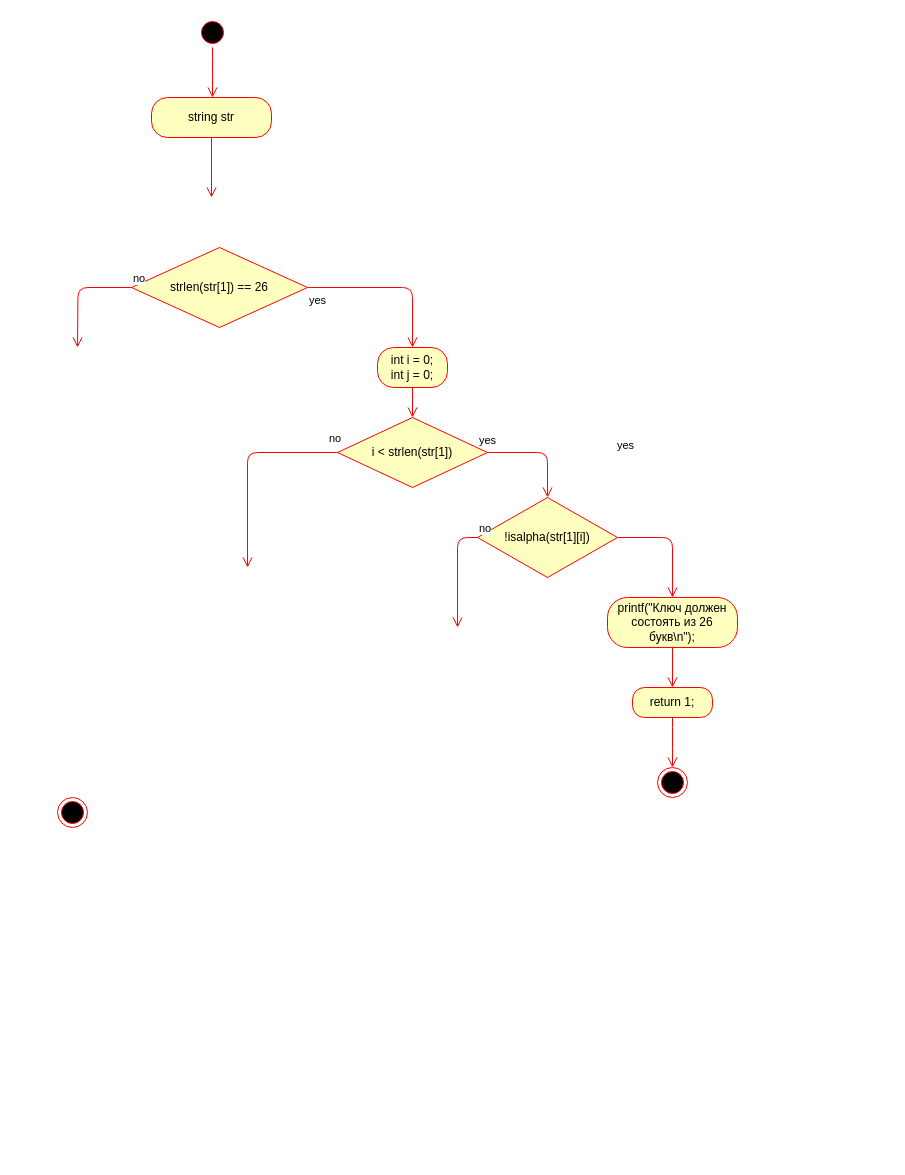
Before: subtituti.drawio in ArtemYo8283/test, a draw.io diagram. Source tidied: cells renumbered, new cells numbered last; positions are measured from the earlier drawing's top-left corner, leaving out a move shared by most shapes. Both pictures are drawn from the tidied source at 100%, with x=0, y=0 at pixel (57, 17).
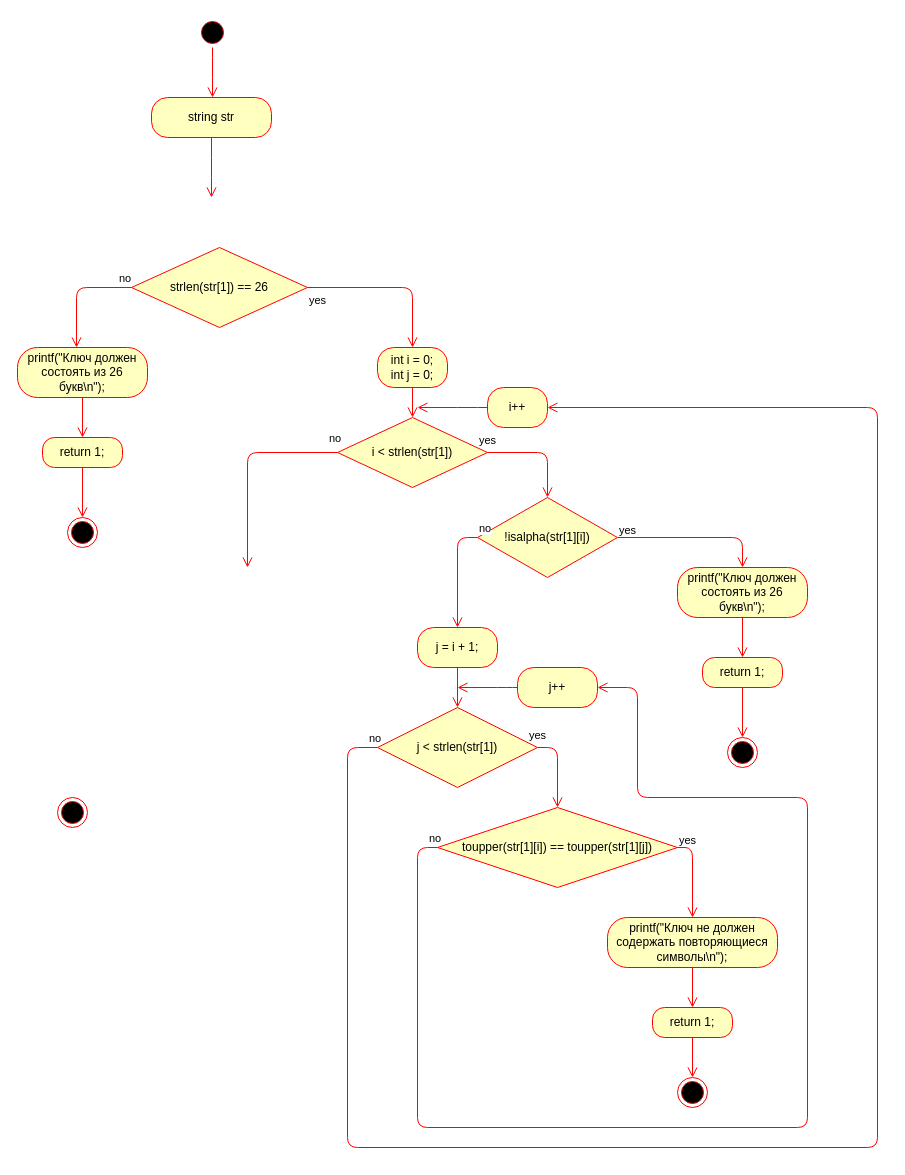
Above is the later version.

Unchanged cells that the change refers to:
```xml
<mxCell id="7" value="strlen(str[1]) == 26" style="rhombus;whiteSpace=wrap;html=1;fillColor=#ffffc0;strokeColor=#ff0000;" parent="1" vertex="1">
  <mxGeometry x="74" y="230" width="176" height="80" as="geometry" />
</mxCell>
<mxCell id="15" value="!isalpha(str[1][i])" style="rhombus;whiteSpace=wrap;html=1;fillColor=#ffffc0;strokeColor=#ff0000;" parent="1" vertex="1">
  <mxGeometry x="420" y="480" width="140" height="80" as="geometry" />
</mxCell>
```

Change to the diagram source:
```diff
@@
-    <mxCell id="8" value="no" style="edgeStyle=orthogonalEdgeStyle;html=1;align=left;verticalAlign=bottom;endArrow=open;endSize=8;strokeColor=#ff0000;" parent="1" edge="1" source="7">
-      <mxGeometry x="-1" relative="1" as="geometry">
-        <mxPoint x="20" y="330" as="targetPoint" />
+    <mxCell id="8" value="no" style="edgeStyle=orthogonalEdgeStyle;html=1;align=left;verticalAlign=bottom;endArrow=open;endSize=8;strokeColor=#ff0000;entryX=0.454;entryY=0;entryDx=0;entryDy=0;entryPerimeter=0;" parent="1" edge="1" source="7" target="40">
+      <mxGeometry x="-0.76" relative="1" as="geometry">
+        <Array as="points">
+          <mxPoint x="19" y="270" />
+        </Array>
       </mxGeometry>
     </mxCell>
@@
-    <mxCell id="16" value="no" style="edgeStyle=orthogonalEdgeStyle;html=1;align=left;verticalAlign=bottom;endArrow=open;endSize=8;strokeColor=#ff0000;" parent="1" edge="1" source="15">
+    <mxCell id="16" value="no" style="edgeStyle=orthogonalEdgeStyle;html=1;align=left;verticalAlign=bottom;endArrow=open;endSize=8;strokeColor=#ff0000;entryX=0.5;entryY=0;entryDx=0;entryDy=0;" parent="1" edge="1" source="15" target="23">
       <mxGeometry x="-1" relative="1" as="geometry">
-        <mxPoint x="400" y="610" as="targetPoint" />
         <Array as="points">
           <mxPoint x="400" y="520" />
         </Array>
       </mxGeometry>
     </mxCell>
     <mxCell id="17" value="yes" style="edgeStyle=orthogonalEdgeStyle;html=1;align=left;verticalAlign=top;endArrow=open;endSize=8;strokeColor=#ff0000;entryX=0.5;entryY=0;entryDx=0;entryDy=0;" parent="1" edge="1" source="15" target="18">
-      <mxGeometry x="-1" y="85" relative="1" as="geometry">
+      <mxGeometry x="-1" y="20" relative="1" as="geometry">
         <Array as="points">
-          <mxPoint x="615" y="520" />
+          <mxPoint x="685" y="520" />
         </Array>
-        <mxPoint x="-2" y="-20" as="offset" />
       </mxGeometry>
     </mxCell>
     <mxCell id="18" value="printf(&quot;Ключ должен состоять из 26 букв\n&quot;);" style="rounded=1;whiteSpace=wrap;html=1;arcSize=40;fontColor=#000000;fillColor=#ffffc0;strokeColor=#ff0000;" parent="1" vertex="1">
-      <mxGeometry x="550" y="580" width="130" height="50" as="geometry" />
+      <mxGeometry x="620" y="550" width="130" height="50" as="geometry" />
     </mxCell>
@@
     <mxCell id="20" value="return 1;" style="rounded=1;whiteSpace=wrap;html=1;arcSize=40;fontColor=#000000;fillColor=#ffffc0;strokeColor=#ff0000;" parent="1" vertex="1">
-      <mxGeometry x="575" y="670" width="80" height="30" as="geometry" />
+      <mxGeometry x="645" y="640" width="80" height="30" as="geometry" />
     </mxCell>
-    <mxCell id="21" style="edgeStyle=orthogonalEdgeStyle;html=1;verticalAlign=bottom;endArrow=open;endSize=8;strokeColor=#ff0000;" parent="1" edge="1" source="20">
-      <mxGeometry relative="1" as="geometry">
-        <mxPoint x="615" y="750" as="targetPoint" />
-        <Array as="points">
-          <mxPoint x="615" y="720" />
-          <mxPoint x="615" y="720" />
-        </Array>
-      </mxGeometry>
+    <mxCell id="21" style="edgeStyle=orthogonalEdgeStyle;html=1;verticalAlign=bottom;endArrow=open;endSize=8;strokeColor=#ff0000;entryX=0.5;entryY=0;entryDx=0;entryDy=0;" parent="1" edge="1" source="20" target="22">
+      <mxGeometry relative="1" as="geometry" />
     </mxCell>
     <mxCell id="22" style="ellipse;html=1;shape=endState;fillColor=#000000;strokeColor=#ff0000;" parent="1" vertex="1">
-      <mxGeometry x="600" y="750" width="30" height="30" as="geometry" />
+      <mxGeometry x="670" y="720" width="30" height="30" as="geometry" />
     </mxCell>
+    <mxCell id="23" value="j = i + 1;" style="rounded=1;whiteSpace=wrap;html=1;arcSize=40;fontColor=#000000;fillColor=#ffffc0;strokeColor=#ff0000;" parent="1" vertex="1">
+      <mxGeometry x="360" y="610" width="80" height="40" as="geometry" />
+    </mxCell>
+    <mxCell id="24" style="edgeStyle=orthogonalEdgeStyle;html=1;verticalAlign=bottom;endArrow=open;endSize=8;strokeColor=#ff0000;entryX=0.5;entryY=0;entryDx=0;entryDy=0;" parent="1" edge="1" source="23" target="25">
+      <mxGeometry relative="1" as="geometry" />
+    </mxCell>
+    <mxCell id="25" value="j &amp;lt;&amp;nbsp;strlen(str[1])" style="rhombus;whiteSpace=wrap;html=1;fillColor=#ffffc0;strokeColor=#ff0000;" parent="1" vertex="1">
+      <mxGeometry x="320" y="690" width="160" height="80" as="geometry" />
+    </mxCell>
+    <mxCell id="26" value="no" style="edgeStyle=orthogonalEdgeStyle;html=1;align=left;verticalAlign=bottom;endArrow=open;endSize=8;strokeColor=#ff0000;exitX=0;exitY=0.5;exitDx=0;exitDy=0;entryX=1;entryY=0.5;entryDx=0;entryDy=0;" parent="1" edge="1" source="25" target="38">
+      <mxGeometry x="-0.99" relative="1" as="geometry">
+        <Array as="points">
+          <mxPoint x="290" y="730" />
+          <mxPoint x="290" y="1130" />
+          <mxPoint x="820" y="1130" />
+          <mxPoint x="820" y="390" />
+        </Array>
+      </mxGeometry>
+    </mxCell>
+    <mxCell id="27" value="yes" style="edgeStyle=orthogonalEdgeStyle;html=1;align=left;verticalAlign=top;endArrow=open;endSize=8;strokeColor=#ff0000;exitX=1;exitY=0.5;exitDx=0;exitDy=0;entryX=0.5;entryY=0;entryDx=0;entryDy=0;" parent="1" edge="1" source="25" target="28">
+      <mxGeometry x="-1" y="27" relative="1" as="geometry">
+        <Array as="points">
+          <mxPoint x="500" y="730" />
+        </Array>
+        <mxPoint x="-10" y="2" as="offset" />
+      </mxGeometry>
+    </mxCell>
+    <mxCell id="28" value="toupper(str[1][i]) == toupper(str[1][j])" style="rhombus;whiteSpace=wrap;html=1;fillColor=#ffffc0;strokeColor=#ff0000;" parent="1" vertex="1">
+      <mxGeometry x="380" y="790" width="240" height="80" as="geometry" />
+    </mxCell>
+    <mxCell id="29" value="no" style="edgeStyle=orthogonalEdgeStyle;html=1;align=left;verticalAlign=bottom;endArrow=open;endSize=8;strokeColor=#ff0000;entryX=0.5;entryY=0;entryDx=0;entryDy=0;" parent="1" edge="1" source="28" target="31">
+      <mxGeometry x="-1" y="-250" relative="1" as="geometry">
+        <Array as="points">
+          <mxPoint x="635" y="830" />
+        </Array>
+        <mxPoint x="-250" y="-250" as="offset" />
+      </mxGeometry>
+    </mxCell>
+    <mxCell id="30" value="yes" style="edgeStyle=orthogonalEdgeStyle;html=1;align=left;verticalAlign=top;endArrow=open;endSize=8;strokeColor=#ff0000;entryX=1;entryY=0.5;entryDx=0;entryDy=0;" parent="1" edge="1" source="28" target="36">
+      <mxGeometry x="-1" y="-241" relative="1" as="geometry">
+        <Array as="points">
+          <mxPoint x="360" y="830" />
+          <mxPoint x="360" y="1110" />
+          <mxPoint x="750" y="1110" />
+          <mxPoint x="750" y="780" />
+          <mxPoint x="580" y="780" />
+          <mxPoint x="580" y="670" />
+        </Array>
+        <mxPoint x="240" y="221" as="offset" />
+      </mxGeometry>
+    </mxCell>
+    <mxCell id="31" value="printf(&quot;Ключ не должен содержать повторяющиеся символы\n&quot;);" style="rounded=1;whiteSpace=wrap;html=1;arcSize=40;fontColor=#000000;fillColor=#ffffc0;strokeColor=#ff0000;" parent="1" vertex="1">
+      <mxGeometry x="550" y="900" width="170" height="50" as="geometry" />
+    </mxCell>
+    <mxCell id="32" style="edgeStyle=orthogonalEdgeStyle;html=1;verticalAlign=bottom;endArrow=open;endSize=8;strokeColor=#ff0000;entryX=0.5;entryY=0;entryDx=0;entryDy=0;" parent="1" edge="1" source="31" target="33">
+      <mxGeometry relative="1" as="geometry" />
+    </mxCell>
+    <mxCell id="33" value="return 1;" style="rounded=1;whiteSpace=wrap;html=1;arcSize=40;fontColor=#000000;fillColor=#ffffc0;strokeColor=#ff0000;" parent="1" vertex="1">
+      <mxGeometry x="595" y="990" width="80" height="30" as="geometry" />
+    </mxCell>
+    <mxCell id="34" style="edgeStyle=orthogonalEdgeStyle;html=1;verticalAlign=bottom;endArrow=open;endSize=8;strokeColor=#ff0000;entryX=0.5;entryY=0;entryDx=0;entryDy=0;" parent="1" edge="1" source="33" target="35">
+      <mxGeometry relative="1" as="geometry" />
+    </mxCell>
+    <mxCell id="35" style="ellipse;html=1;shape=endState;fillColor=#000000;strokeColor=#ff0000;" parent="1" vertex="1">
+      <mxGeometry x="620" y="1060" width="30" height="30" as="geometry" />
+    </mxCell>
+    <mxCell id="36" value="j++" style="rounded=1;whiteSpace=wrap;html=1;arcSize=40;fontColor=#000000;fillColor=#ffffc0;strokeColor=#ff0000;" parent="1" vertex="1">
+      <mxGeometry x="460" y="650" width="80" height="40" as="geometry" />
+    </mxCell>
+    <mxCell id="37" style="edgeStyle=orthogonalEdgeStyle;html=1;verticalAlign=bottom;endArrow=open;endSize=8;strokeColor=#ff0000;" parent="1" edge="1" source="36">
+      <mxGeometry relative="1" as="geometry">
+        <mxPoint x="400" y="670" as="targetPoint" />
+        <Array as="points">
+          <mxPoint x="450" y="670" />
+          <mxPoint x="450" y="670" />
+        </Array>
+      </mxGeometry>
+    </mxCell>
+    <mxCell id="38" value="i++" style="rounded=1;whiteSpace=wrap;html=1;arcSize=40;fontColor=#000000;fillColor=#ffffc0;strokeColor=#ff0000;" parent="1" vertex="1">
+      <mxGeometry x="430" y="370" width="60" height="40" as="geometry" />
+    </mxCell>
+    <mxCell id="39" style="edgeStyle=orthogonalEdgeStyle;html=1;verticalAlign=bottom;endArrow=open;endSize=8;strokeColor=#ff0000;" parent="1" edge="1" source="38">
+      <mxGeometry relative="1" as="geometry">
+        <mxPoint x="360" y="390" as="targetPoint" />
+        <Array as="points">
+          <mxPoint x="410" y="390" />
+          <mxPoint x="410" y="390" />
+        </Array>
+      </mxGeometry>
+    </mxCell>
+    <mxCell id="40" value="printf(&quot;Ключ должен состоять из 26 букв\n&quot;);" style="rounded=1;whiteSpace=wrap;html=1;arcSize=40;fontColor=#000000;fillColor=#ffffc0;strokeColor=#ff0000;" parent="1" vertex="1">
+      <mxGeometry x="-40" y="330" width="130" height="50" as="geometry" />
+    </mxCell>
+    <mxCell id="41" style="edgeStyle=orthogonalEdgeStyle;html=1;verticalAlign=bottom;endArrow=open;endSize=8;strokeColor=#ff0000;entryX=0.5;entryY=0;entryDx=0;entryDy=0;" parent="1" edge="1" source="40" target="42">
+      <mxGeometry relative="1" as="geometry" />
+    </mxCell>
+    <mxCell id="42" value="return 1;" style="rounded=1;whiteSpace=wrap;html=1;arcSize=40;fontColor=#000000;fillColor=#ffffc0;strokeColor=#ff0000;" parent="1" vertex="1">
+      <mxGeometry x="-15" y="420" width="80" height="30" as="geometry" />
+    </mxCell>
+    <mxCell id="43" style="edgeStyle=orthogonalEdgeStyle;html=1;verticalAlign=bottom;endArrow=open;endSize=8;strokeColor=#ff0000;entryX=0.5;entryY=0;entryDx=0;entryDy=0;" parent="1" edge="1" source="42" target="44">
+      <mxGeometry relative="1" as="geometry" />
+    </mxCell>
+    <mxCell id="44" style="ellipse;html=1;shape=endState;fillColor=#000000;strokeColor=#ff0000;" parent="1" vertex="1">
+      <mxGeometry x="10" y="500" width="30" height="30" as="geometry" />
+    </mxCell>
```
